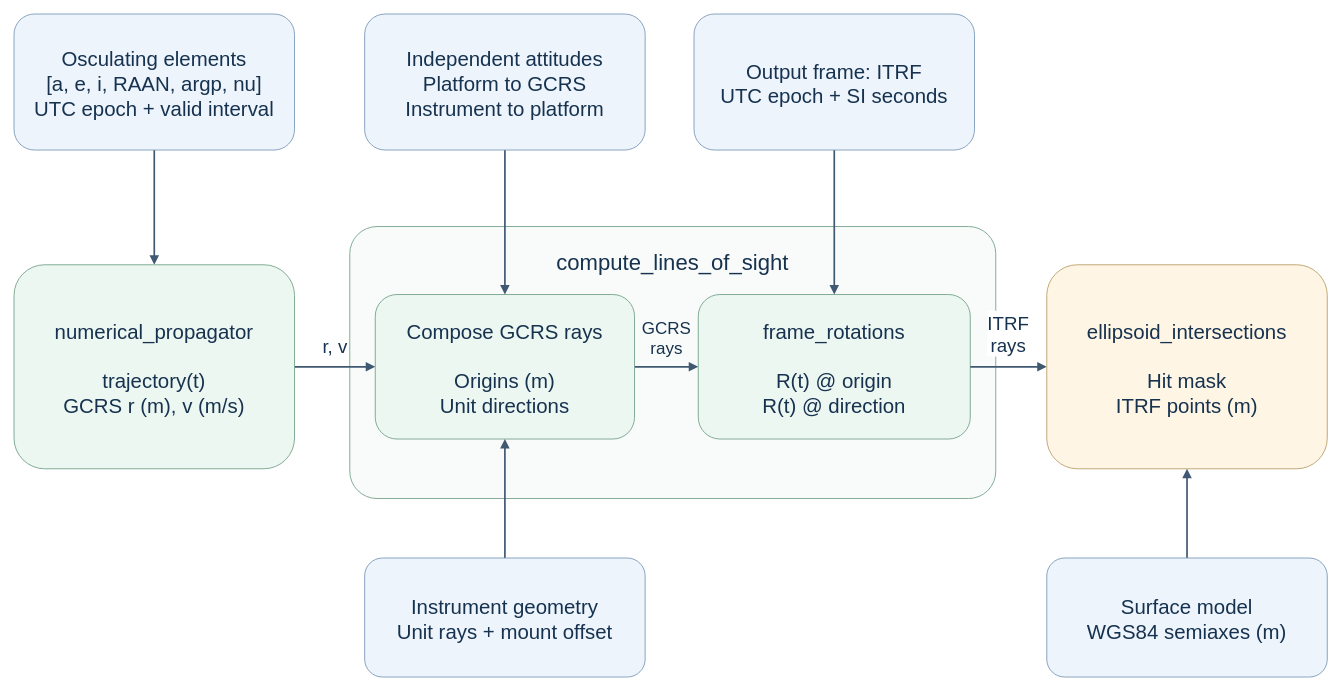
Earlier version of the draw.io diagram libs/orsia-geometry/docs/diagrams/architecture.drawio (scklab-dev/orsia). Source tidied: cells renumbered, new cells numbered last; positions are measured from the earlier drawing's top-left corner, leaving out a move shared by most shapes. Both pictures are drawn from the tidied source at 85%, with x=0, y=0 at pixel (14, 14).
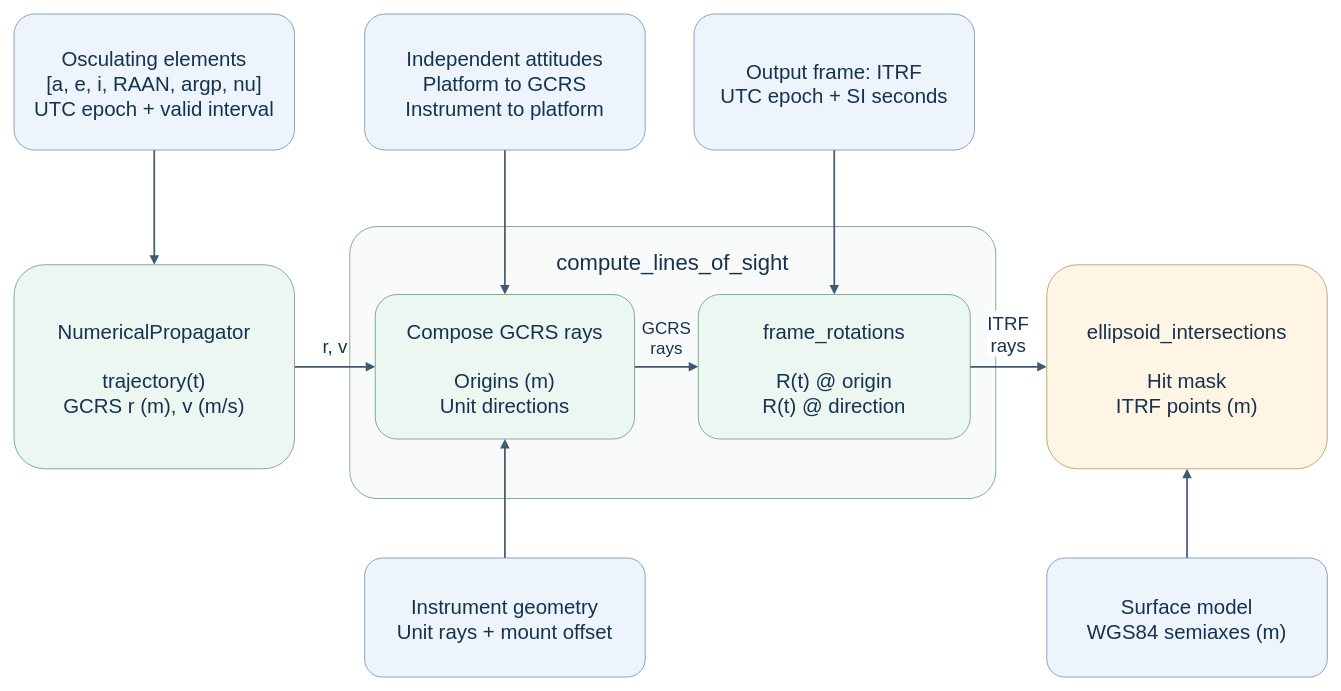
After the change.

Diff of the diagram source:
```diff
@@
-    <mxCell id="12" value="numerical_propagator&#10;&#10;trajectory(t)&#10;GCRS r (m), v (m/s)" style="rounded=1;whiteSpace=nowrap;html=0;fontFamily=Helvetica;fontSize=24;fontColor=#16324f;fillColor=#edf7f2;strokeColor=#6e9f86;spacing=18;" parent="1" vertex="1">
+    <mxCell id="12" value="NumericalPropagator&#10;&#10;trajectory(t)&#10;GCRS r (m), v (m/s)" style="rounded=1;whiteSpace=nowrap;html=0;fontFamily=Helvetica;fontSize=24;fontColor=#16324f;fillColor=#edf7f2;strokeColor=#6e9f86;spacing=18;" parent="1" vertex="1">
       <mxGeometry y="295" width="330" height="240" as="geometry" />
     </mxCell>
```
